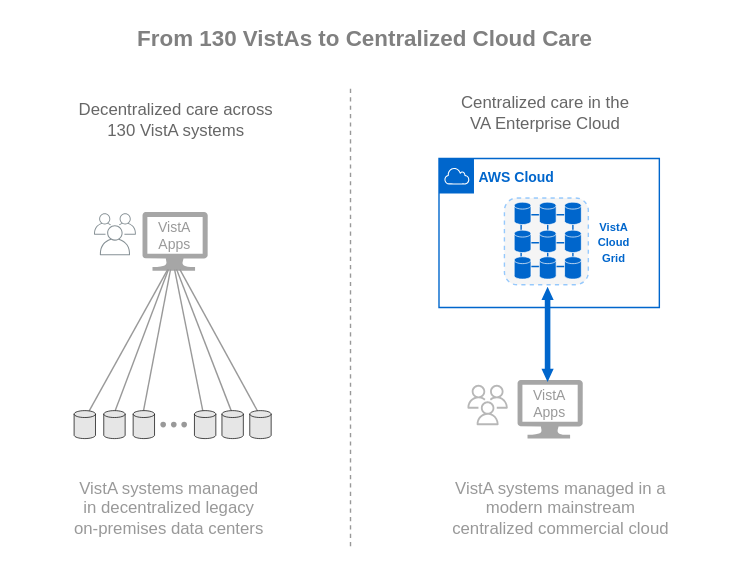
The draw.io diagram img/vista-to-vaec.svg in cloudvista/vaa, before a commit. Source tidied: cells renumbered, new cells last; positions are measured from the earlier drawing's top-left corner, leaving out a move shared by most shapes.
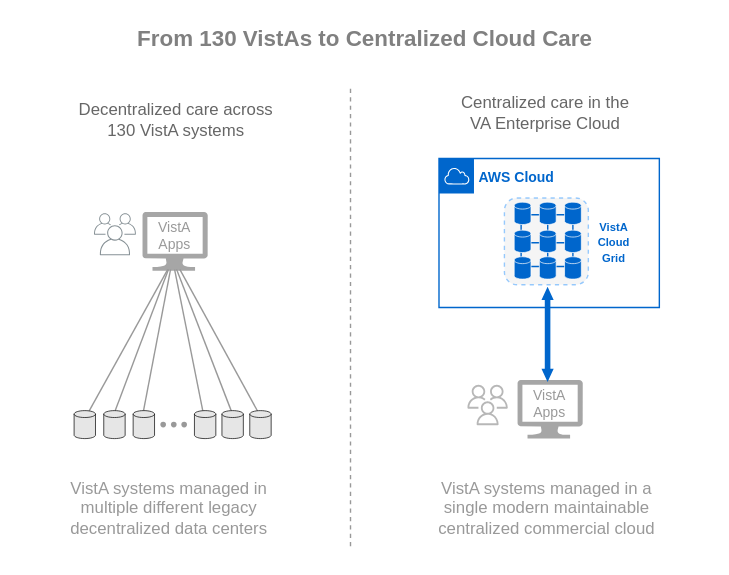
Above is the later version.

The edit, as a diff of the source:
```diff
@@ -86,11 +86,11 @@
     <mxCell id="23" style="shape=cylinder3;whiteSpace=wrap;html=1;boundedLbl=1;backgroundOutline=1;size=2.4705882352940876;strokeColor=#000000;strokeWidth=0.5;fillColor=#E6E6E6;gradientColor=none;" parent="1" vertex="1">
       <mxGeometry x="158.1" y="293" width="15.3" height="20" as="geometry" />
     </mxCell>
-    <mxCell id="24" value="VistA systems managed&lt;br&gt;&amp;nbsp;in decentralized legacy&amp;nbsp;&lt;br&gt;on-premises data centers" style="text;html=1;align=center;verticalAlign=middle;strokeColor=none;fillColor=none;fontColor=#999999;" parent="1" vertex="1">
-      <mxGeometry x="39.9" y="333" width="160" height="60" as="geometry" />
+    <mxCell id="24" value="VistA systems managed in&lt;br&gt;multiple different legacy&lt;br&gt;&amp;nbsp;decentralized data centers" style="text;html=1;align=center;verticalAlign=middle;strokeColor=none;fillColor=none;fontColor=#999999;" parent="1" vertex="1">
+      <mxGeometry x="34.9" y="333" width="170" height="60" as="geometry" />
     </mxCell>
-    <mxCell id="25" value="VistA systems managed in a &lt;br&gt;modern mainstream&amp;nbsp;&lt;br&gt;centralized&amp;nbsp;commercial cloud&amp;nbsp;" style="text;html=1;align=center;verticalAlign=middle;strokeColor=none;fillColor=none;fontColor=#999999;" parent="1" vertex="1">
-      <mxGeometry x="310" y="333" width="180" height="60" as="geometry" />
+    <mxCell id="25" value="VistA systems managed in a &lt;br&gt;single modern maintainable&lt;br&gt;centralized commercial cloud&amp;nbsp;" style="text;html=1;align=center;verticalAlign=middle;strokeColor=none;fillColor=none;fontColor=#999999;" parent="1" vertex="1">
+      <mxGeometry x="300" y="333" width="180" height="60" as="geometry" />
     </mxCell>
     <mxCell id="26" style="sketch=0;gradientColor=none;fontColor=#545B64;strokeColor=none;fillColor=#879196;dashed=0;verticalLabelPosition=bottom;verticalAlign=top;align=center;html=1;fontSize=12;fontStyle=0;shape=mxgraph.aws4.illustration_users;" parent="1" vertex="1">
       <mxGeometry x="66.6" y="152" width="30" height="30" as="geometry" />
```
